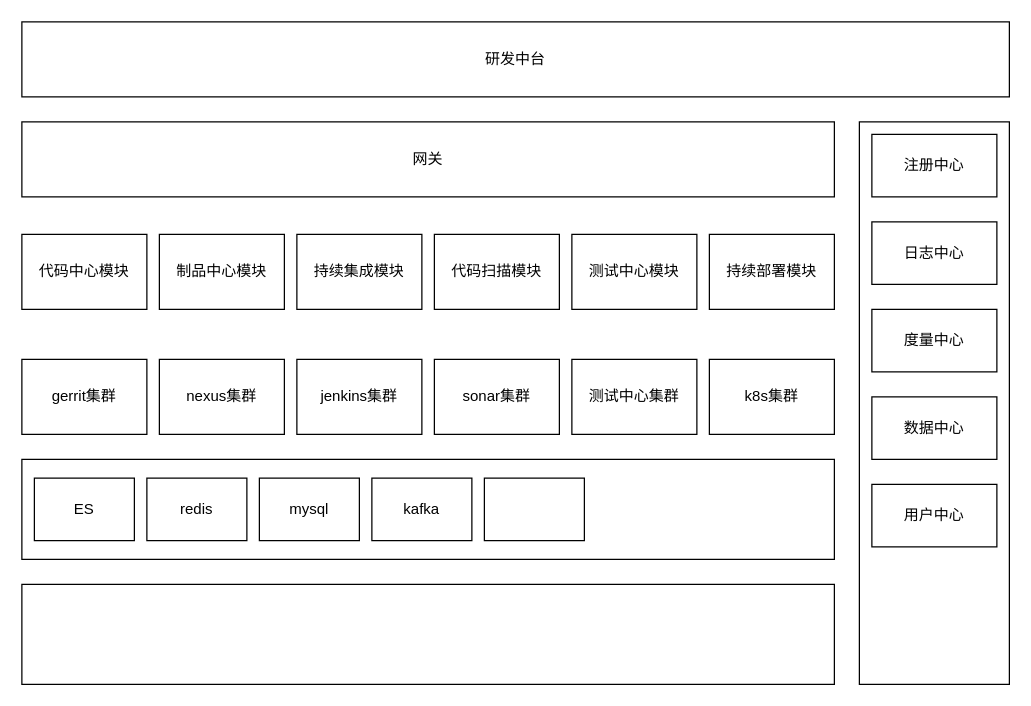
Earlier version of the draw.io diagram onedev.drawio (zhiwoeryi/code-center). Source tidied: cells renumbered, new cells numbered last; positions are measured from the earlier drawing's top-left corner, leaving out a move shared by most shapes. Both pictures are drawn from the tidied source at 125%, with x=0, y=0 at pixel (21, 21).
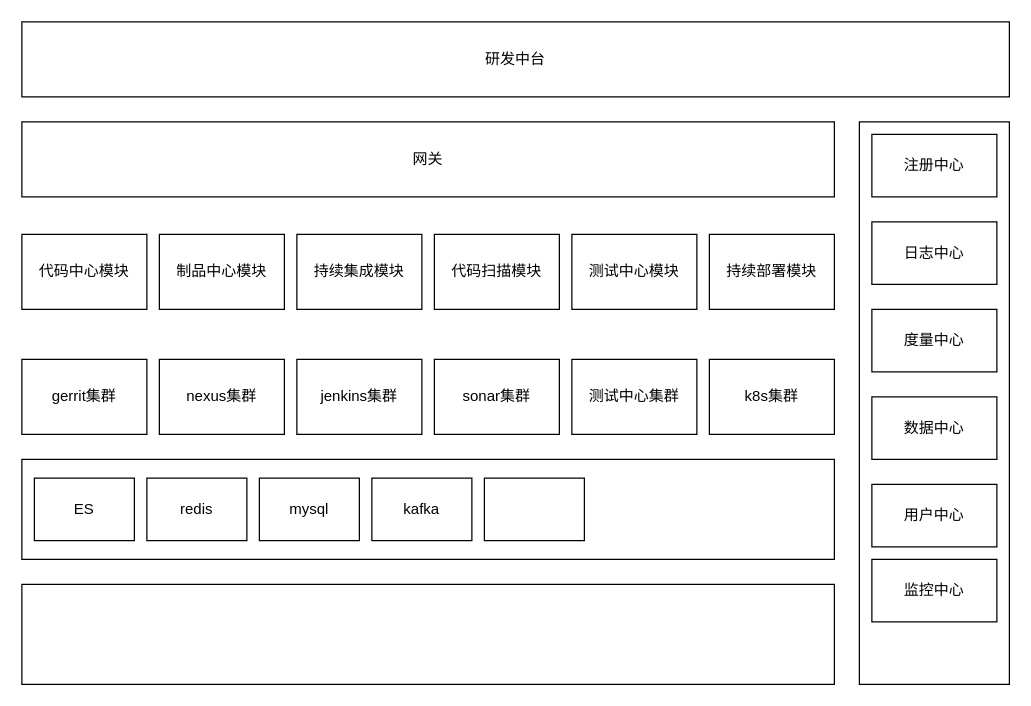
The same diagram, later.

Commit message:
添加监控中心

What changed in the source:
```diff
@@
+    <mxCell id="29" value="监控中心" style="rounded=0;whiteSpace=wrap;html=1;" parent="1" vertex="1">
+      <mxGeometry x="680" y="430" width="100" height="50" as="geometry" />
+    </mxCell>
```
